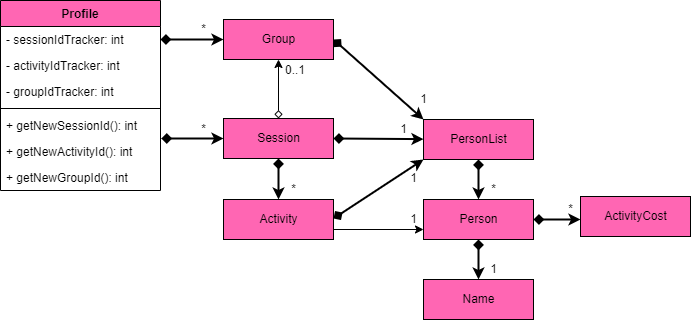
Before: docs/images/developerguide/Profile Component.drawio.png, a diagram exported from draw.io (nus-cs2113-AY2122S2/tp). Source tidied: cells renumbered, new cells last; positions are measured from the earlier drawing's top-left corner, leaving out a move shared by most shapes.
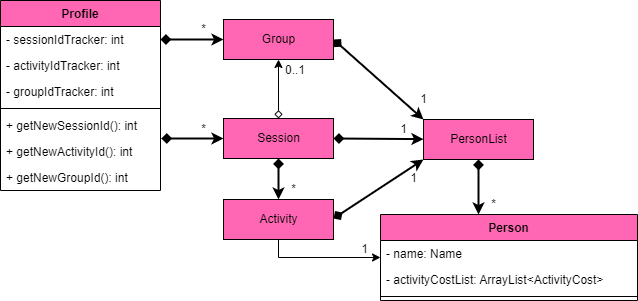
Above is the later version.

Commit message:
Update Profile component diagram

What changed in the source:
```diff
@@ -2,10 +2,7 @@
   <root>
     <mxCell id="0" />
     <mxCell id="1" parent="0" />
-    <mxCell id="2" style="group;" parent="1" vertex="1">
-      <mxGeometry width="690" height="316" as="geometry" />
-    </mxCell>
-    <mxCell id="3" value="Profile" style="swimlane;fontStyle=1;align=center;verticalAlign=top;horizontal=1;startSize=26;fillColor=#FF66B3;" parent="2" vertex="1">
+    <mxCell id="3" value="Profile" style="swimlane;fontStyle=1;align=center;verticalAlign=top;horizontal=1;startSize=26;fillColor=#FF66B3;" parent="1" vertex="1">
       <mxGeometry width="160" height="190" as="geometry" />
     </mxCell>
     <mxCell id="4" value="- sessionIdTracker: int" style="text;strokeColor=none;fillColor=none;align=left;verticalAlign=top;spacingLeft=4;spacingRight=4;overflow=hidden;points=[[0,0.5],[1,0.5]];portConstraint=eastwest;" parent="3" vertex="1">
@@ -29,104 +26,91 @@
     <mxCell id="10" value="+ getNewGroupId(): int" style="text;strokeColor=none;fillColor=none;align=left;verticalAlign=top;spacingLeft=4;spacingRight=4;overflow=hidden;" parent="3" vertex="1">
       <mxGeometry y="164" width="160" height="26" as="geometry" />
     </mxCell>
-    <mxCell id="11" style="endArrow=diamond;startArrow=classic;html=1;rounded=0;strokeWidth=2;startFill=1;endFill=1;exitX=0;exitY=0.5;exitDx=0;exitDy=0;entryX=1;entryY=0.5;entryDx=0;entryDy=0;" parent="2" edge="1" source="24" target="4">
+    <mxCell id="11" style="endArrow=diamond;startArrow=classic;html=1;rounded=0;strokeWidth=2;startFill=1;endFill=1;exitX=0;exitY=0.5;exitDx=0;exitDy=0;entryX=1;entryY=0.5;entryDx=0;entryDy=0;" parent="1" edge="1" source="24" target="4">
       <mxGeometry relative="1" as="geometry" />
     </mxCell>
-    <mxCell id="12" style="endArrow=diamond;startArrow=classic;html=1;rounded=0;strokeWidth=2;startFill=1;endFill=1;entryX=1.005;entryY=-0.031;entryDx=0;entryDy=0;exitX=0;exitY=0.5;exitDx=0;exitDy=0;entryPerimeter=0;" parent="2" edge="1">
+    <mxCell id="12" style="endArrow=diamond;startArrow=classic;html=1;rounded=0;strokeWidth=2;startFill=1;endFill=1;entryX=1.005;entryY=-0.031;entryDx=0;entryDy=0;exitX=0;exitY=0.5;exitDx=0;exitDy=0;entryPerimeter=0;" parent="1" edge="1">
       <mxGeometry relative="1" as="geometry">
         <mxPoint x="223" y="138" as="sourcePoint" />
         <mxPoint x="160.8" y="138" as="targetPoint" />
       </mxGeometry>
     </mxCell>
-    <mxCell id="13" style="group;" parent="2" vertex="1">
-      <mxGeometry x="193" y="16" width="497" height="300" as="geometry" />
-    </mxCell>
-    <mxCell id="14" value="*" style="text;html=1;align=center;verticalAlign=middle;strokeColor=none;fillColor=none;" parent="13" vertex="1">
-      <mxGeometry y="3" width="20" height="20" as="geometry" />
+    <mxCell id="14" value="*" style="text;html=1;align=center;verticalAlign=middle;strokeColor=none;fillColor=none;" parent="1" vertex="1">
+      <mxGeometry x="193" y="19" width="20" height="20" as="geometry" />
     </mxCell>
-    <mxCell id="15" value="*" style="text;html=1;align=center;verticalAlign=middle;strokeColor=none;fillColor=none;" parent="13" vertex="1">
-      <mxGeometry y="103" width="20" height="20" as="geometry" />
+    <mxCell id="15" value="*" style="text;html=1;align=center;verticalAlign=middle;strokeColor=none;fillColor=none;" parent="1" vertex="1">
+      <mxGeometry x="193" y="119" width="20" height="20" as="geometry" />
     </mxCell>
-    <mxCell id="16" value="*" style="text;html=1;align=center;verticalAlign=middle;strokeColor=none;fillColor=none;" parent="13" vertex="1">
-      <mxGeometry x="367" y="183" width="20" height="20" as="geometry" />
-    </mxCell>
-    <mxCell id="17" value="ActivityCost" style="html=1;fillColor=#FF66B3;" parent="13" vertex="1">
-      <mxGeometry x="387" y="180" width="110" height="40" as="geometry" />
-    </mxCell>
-    <mxCell id="18" value="1" style="text;html=1;align=center;verticalAlign=middle;strokeColor=none;fillColor=none;" parent="13" vertex="1">
-      <mxGeometry x="200" y="103" width="20" height="20" as="geometry" />
+    <mxCell id="18" value="1" style="text;html=1;align=center;verticalAlign=middle;strokeColor=none;fillColor=none;" parent="1" vertex="1">
+      <mxGeometry x="393" y="119" width="20" height="20" as="geometry" />
     </mxCell>
-    <mxCell id="19" value="1" style="text;html=1;align=center;verticalAlign=middle;strokeColor=none;fillColor=none;" parent="13" vertex="1">
-      <mxGeometry x="220" y="73" width="20" height="20" as="geometry" />
+    <mxCell id="19" value="1" style="text;html=1;align=center;verticalAlign=middle;strokeColor=none;fillColor=none;" parent="1" vertex="1">
+      <mxGeometry x="413" y="89" width="20" height="20" as="geometry" />
     </mxCell>
-    <mxCell id="20" style="endArrow=diamond;startArrow=classic;html=1;rounded=0;strokeWidth=2;startFill=1;endFill=1;exitX=0;exitY=1;exitDx=0;exitDy=0;" parent="13" edge="1" source="30">
+    <mxCell id="20" style="endArrow=diamond;startArrow=classic;html=1;rounded=0;strokeWidth=2;startFill=1;endFill=1;exitX=0;exitY=1;exitDx=0;exitDy=0;" parent="1" edge="1" source="30">
       <mxGeometry relative="1" as="geometry">
-        <mxPoint x="140" y="202" as="targetPoint" />
+        <mxPoint x="333" y="218" as="targetPoint" />
       </mxGeometry>
     </mxCell>
-    <mxCell id="21" value="1" style="text;html=1;align=center;verticalAlign=middle;strokeColor=none;fillColor=none;" parent="13" vertex="1">
-      <mxGeometry x="210" y="152" width="20" height="20" as="geometry" />
+    <mxCell id="21" value="1" style="text;html=1;align=center;verticalAlign=middle;strokeColor=none;fillColor=none;" parent="1" vertex="1">
+      <mxGeometry x="403" y="168" width="20" height="20" as="geometry" />
     </mxCell>
-    <mxCell id="22" value="1" style="text;html=1;align=center;verticalAlign=middle;strokeColor=none;fillColor=none;" parent="13" vertex="1">
-      <mxGeometry x="210" y="193" width="20" height="20" as="geometry" />
+    <mxCell id="22" value="1" style="text;html=1;align=center;verticalAlign=middle;strokeColor=none;fillColor=none;" parent="1" vertex="1">
+      <mxGeometry x="354" y="239" width="20" height="20" as="geometry" />
     </mxCell>
-    <mxCell id="23" value="Session" style="html=1;fillColor=#FF66B3;" parent="13" vertex="1">
-      <mxGeometry x="30" y="102" width="110" height="40" as="geometry" />
+    <mxCell id="23" value="Session" style="html=1;fillColor=#FF66B3;" parent="1" vertex="1">
+      <mxGeometry x="223" y="118" width="110" height="40" as="geometry" />
     </mxCell>
-    <mxCell id="24" value="Group" style="html=1;fillColor=#FF66B3;" parent="13" vertex="1">
-      <mxGeometry x="30" y="3" width="110" height="40" as="geometry" />
+    <mxCell id="24" value="Group" style="html=1;fillColor=#FF66B3;" parent="1" vertex="1">
+      <mxGeometry x="223" y="19" width="110" height="40" as="geometry" />
     </mxCell>
-    <mxCell id="25" value="*" style="text;html=1;align=center;verticalAlign=middle;strokeColor=none;fillColor=none;" parent="13" vertex="1">
-      <mxGeometry x="90" y="163" width="20" height="20" as="geometry" />
+    <mxCell id="25" value="*" style="text;html=1;align=center;verticalAlign=middle;strokeColor=none;fillColor=none;" parent="1" vertex="1">
+      <mxGeometry x="283" y="179" width="20" height="20" as="geometry" />
     </mxCell>
-    <mxCell id="26" style="edgeStyle=orthogonalEdgeStyle;rounded=0;jettySize=auto;html=1;exitX=0.5;exitY=0;exitDx=0;exitDy=0;fontSize=14;startArrow=diamond;startFill=0;endArrow=classic;endFill=1;" parent="13" edge="1" source="23" target="24">
+    <mxCell id="26" style="edgeStyle=orthogonalEdgeStyle;rounded=0;jettySize=auto;html=1;exitX=0.5;exitY=0;exitDx=0;exitDy=0;fontSize=14;startArrow=diamond;startFill=0;endArrow=classic;endFill=1;" parent="1" edge="1" source="23" target="24">
       <mxGeometry relative="1" as="geometry" />
     </mxCell>
-    <mxCell id="27" value="&lt;font style=&quot;font-size: 12px&quot;&gt;0..1&lt;/font&gt;" style="text;html=1;strokeColor=none;fillColor=none;align=center;verticalAlign=middle;whiteSpace=wrap;rounded=0;rotation=0;labelBackgroundColor=default;" parent="13" vertex="1">
-      <mxGeometry x="90" y="43" width="24" height="22" as="geometry" />
+    <mxCell id="27" value="&lt;font style=&quot;font-size: 12px&quot;&gt;0..1&lt;/font&gt;" style="text;html=1;strokeColor=none;fillColor=none;align=center;verticalAlign=middle;whiteSpace=wrap;rounded=0;rotation=0;labelBackgroundColor=default;" parent="1" vertex="1">
+      <mxGeometry x="283" y="59" width="24" height="22" as="geometry" />
     </mxCell>
-    <mxCell id="28" value="Activity" style="html=1;fillColor=#FF66B3;" parent="13" vertex="1">
-      <mxGeometry x="30" y="183" width="110" height="40" as="geometry" />
+    <mxCell id="28" value="Activity" style="html=1;fillColor=#FF66B3;" parent="1" vertex="1">
+      <mxGeometry x="223" y="199" width="110" height="40" as="geometry" />
     </mxCell>
-    <mxCell id="29" style="endArrow=diamond;startArrow=classic;html=1;rounded=0;strokeWidth=2;startFill=1;endFill=1;entryX=0.5;entryY=1;entryDx=0;entryDy=0;" parent="13" edge="1" source="28" target="23">
+    <mxCell id="29" style="endArrow=diamond;startArrow=classic;html=1;rounded=0;strokeWidth=2;startFill=1;endFill=1;entryX=0.5;entryY=1;entryDx=0;entryDy=0;" parent="1" edge="1" source="28" target="23">
       <mxGeometry relative="1" as="geometry" />
     </mxCell>
-    <mxCell id="30" value="PersonList" style="html=1;fillColor=#FF66B3;" parent="13" vertex="1">
-      <mxGeometry x="230" y="103" width="110" height="40" as="geometry" />
+    <mxCell id="30" value="PersonList" style="html=1;fillColor=#FF66B3;" parent="1" vertex="1">
+      <mxGeometry x="423" y="119" width="110" height="40" as="geometry" />
     </mxCell>
-    <mxCell id="31" style="endArrow=diamond;startArrow=classic;html=1;rounded=0;strokeWidth=2;startFill=1;endFill=1;entryX=1;entryY=0.5;entryDx=0;entryDy=0;" parent="13" edge="1" source="30" target="23">
+    <mxCell id="31" style="endArrow=diamond;startArrow=classic;html=1;rounded=0;strokeWidth=2;startFill=1;endFill=1;entryX=1;entryY=0.5;entryDx=0;entryDy=0;" parent="1" edge="1" source="30" target="23">
       <mxGeometry relative="1" as="geometry" />
     </mxCell>
-    <mxCell id="32" value="Person" style="html=1;fillColor=#FF66B3;" parent="13" vertex="1">
-      <mxGeometry x="230" y="183" width="110" height="40" as="geometry" />
-    </mxCell>
-    <mxCell id="33" value="Name" style="html=1;fillColor=#FF66B3;" parent="13" vertex="1">
-      <mxGeometry x="230" y="263" width="110" height="40" as="geometry" />
-    </mxCell>
-    <mxCell id="34" style="endArrow=diamond;startArrow=classic;html=1;rounded=0;strokeWidth=2;startFill=1;endFill=1;entryX=0.5;entryY=1;entryDx=0;entryDy=0;exitX=0.5;exitY=0;exitDx=0;exitDy=0;" parent="13" edge="1" source="32" target="30">
-      <mxGeometry relative="1" as="geometry" />
+    <mxCell id="34" style="endArrow=diamond;startArrow=classic;html=1;rounded=0;strokeWidth=2;startFill=1;endFill=1;entryX=0.5;entryY=1;entryDx=0;entryDy=0;exitX=0.381;exitY=0;exitDx=0;exitDy=0;exitPerimeter=0;" parent="1" edge="1">
+      <mxGeometry relative="1" as="geometry">
+        <mxPoint x="478" y="214" as="sourcePoint" />
+        <mxPoint x="478" y="159" as="targetPoint" />
+      </mxGeometry>
     </mxCell>
-    <mxCell id="35" value="*" style="text;html=1;align=center;verticalAlign=middle;strokeColor=none;fillColor=none;" parent="13" vertex="1">
-      <mxGeometry x="290" y="163" width="20" height="20" as="geometry" />
+    <mxCell id="35" value="*" style="text;html=1;align=center;verticalAlign=middle;strokeColor=none;fillColor=none;" parent="1" vertex="1">
+      <mxGeometry x="483" y="194" width="20" height="20" as="geometry" />
     </mxCell>
-    <mxCell id="36" style="endArrow=diamond;startArrow=classic;html=1;rounded=0;strokeWidth=2;startFill=1;endFill=1;exitX=0.5;exitY=0;exitDx=0;exitDy=0;" parent="13" edge="1" source="33">
-      <mxGeometry relative="1" as="geometry">
-        <mxPoint x="285" y="223" as="targetPoint" />
-      </mxGeometry>
-    </mxCell>
-    <mxCell id="37" value="1" style="text;html=1;align=center;verticalAlign=middle;strokeColor=none;fillColor=none;" parent="13" vertex="1">
-      <mxGeometry x="290" y="243" width="20" height="20" as="geometry" />
-    </mxCell>
-    <mxCell id="38" style="endArrow=diamond;startArrow=classic;html=1;rounded=0;strokeWidth=2;startFill=1;endFill=1;entryX=1;entryY=0.5;entryDx=0;entryDy=0;exitX=0;exitY=0.5;exitDx=0;exitDy=0;" parent="13" edge="1" target="32">
-      <mxGeometry relative="1" as="geometry">
-        <mxPoint x="387" y="203" as="sourcePoint" />
-      </mxGeometry>
-    </mxCell>
-    <mxCell id="39" style="endArrow=diamond;startArrow=classic;html=1;rounded=0;strokeWidth=2;startFill=1;endFill=1;entryX=1;entryY=0.5;entryDx=0;entryDy=0;exitX=0;exitY=0;exitDx=0;exitDy=0;" parent="13" edge="1" source="30" target="24">
+    <mxCell id="39" style="endArrow=diamond;startArrow=classic;html=1;rounded=0;strokeWidth=2;startFill=1;endFill=1;entryX=1;entryY=0.5;entryDx=0;entryDy=0;exitX=0;exitY=0;exitDx=0;exitDy=0;" parent="1" edge="1" source="30" target="24">
       <mxGeometry relative="1" as="geometry" />
     </mxCell>
-    <mxCell id="40" style="endArrow=classic;html=1;rounded=0;exitX=1;exitY=0.75;exitDx=0;exitDy=0;entryX=0;entryY=0.75;entryDx=0;entryDy=0;" parent="13" edge="1" source="28" target="32">
+    <mxCell id="40" style="endArrow=classic;html=1;rounded=0;exitX=0.5;exitY=1;exitDx=0;exitDy=0;edgeStyle=orthogonalEdgeStyle;" parent="1" edge="1" source="28" target="32">
       <mxGeometry relative="1" as="geometry" />
     </mxCell>
+    <mxCell id="32" value="Person" style="swimlane;fontStyle=1;align=center;verticalAlign=top;horizontal=1;startSize=26;fillColor=#FF66B3;" parent="1" vertex="1">
+      <mxGeometry x="380" y="214" width="257" height="86" as="geometry" />
+    </mxCell>
+    <mxCell id="41" value="- name: Name" style="text;strokeColor=none;fillColor=none;align=left;verticalAlign=top;spacingLeft=4;spacingRight=4;overflow=hidden;" parent="32" vertex="1">
+      <mxGeometry y="26" width="257" height="26" as="geometry" />
+    </mxCell>
+    <mxCell id="42" value="- activityCostList: ArrayList&lt;ActivityCost&gt;" style="text;strokeColor=none;fillColor=none;align=left;verticalAlign=top;spacingLeft=4;spacingRight=4;overflow=hidden;" parent="32" vertex="1">
+      <mxGeometry y="52" width="257" height="26" as="geometry" />
+    </mxCell>
+    <mxCell id="43" style="line;strokeWidth=1;fillColor=none;align=left;verticalAlign=middle;spacingTop=-1;spacingLeft=3;spacingRight=3;labelPosition=right;" parent="32" vertex="1">
+      <mxGeometry y="78" width="257" height="8" as="geometry" />
+    </mxCell>
   </root>
 </mxGraphModel>
```
